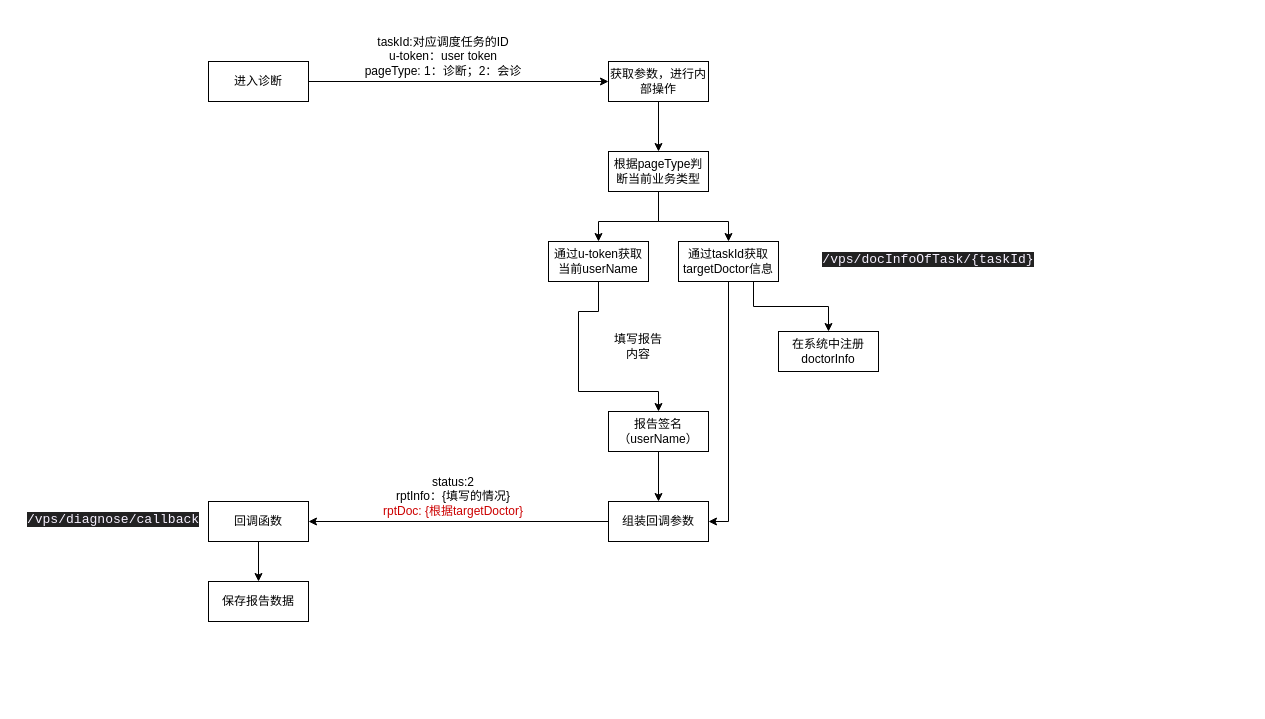
Earlier version of the draw.io diagram draw/调度平台交互.drawio (upsideDownBird/saul). Source tidied: cells renumbered, new cells numbered last; positions are measured from the earlier drawing's top-left corner, leaving out a move shared by most shapes. Both pictures are drawn from the tidied source at 100%, with x=0, y=0 at pixel (28, 41).
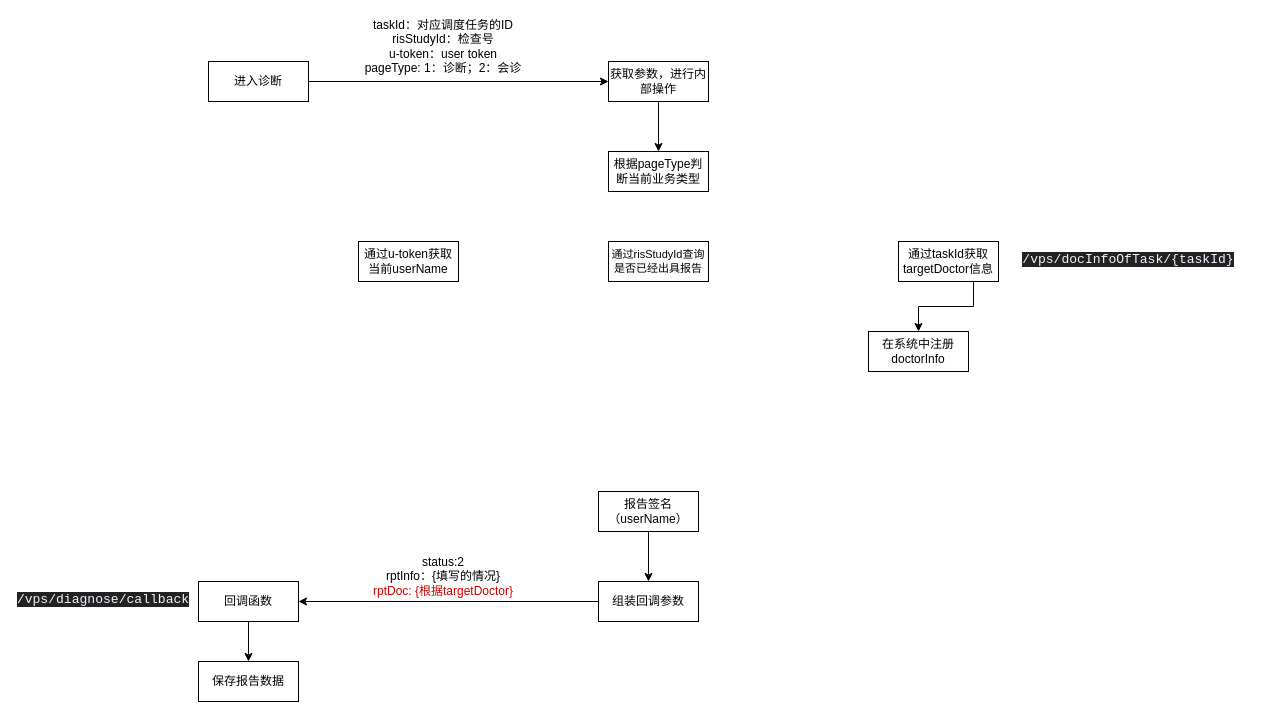
The same page after the edit.

Commit message:
更新调度平台交互.drawio

The change refers to these unchanged cells:
```xml
<mxCell id="8" value="根据pageType判断当前业务类型" style="rounded=0;whiteSpace=wrap;html=1;" parent="1" vertex="1">
  <mxGeometry x="580" y="110" width="100" height="40" as="geometry" />
</mxCell>
```

The edit, as a diff of the source:
```diff
@@
-    <mxCell id="4" value="taskId:对应调度任务的ID&lt;br&gt;u-token：user token&lt;br&gt;pageType: 1：诊断；2：会诊" style="text;html=1;strokeColor=none;fillColor=none;align=center;verticalAlign=middle;whiteSpace=wrap;rounded=0;" parent="1" vertex="1">
-      <mxGeometry x="320" width="190" height="30" as="geometry" />
+    <mxCell id="4" value="taskId：对应调度任务的ID&lt;br&gt;risStudyId：检查号&lt;br&gt;u-token：user token&lt;br&gt;pageType: 1：诊断；2：会诊" style="text;html=1;strokeColor=none;fillColor=none;align=center;verticalAlign=middle;whiteSpace=wrap;rounded=0;" parent="1" vertex="1">
+      <mxGeometry x="320" y="-10" width="190" height="30" as="geometry" />
     </mxCell>
@@
-    <mxCell id="7" style="edgeStyle=orthogonalEdgeStyle;rounded=0;jettySize=auto;html=1;" parent="1" edge="1" source="8" target="9">
-      <mxGeometry relative="1" as="geometry">
-        <Array as="points">
-          <mxPoint x="630" y="180" />
-          <mxPoint x="570" y="180" />
-        </Array>
-      </mxGeometry>
-    </mxCell>
@@
     <mxCell id="9" value="通过u-token获取当前userName" style="rounded=0;whiteSpace=wrap;html=1;" parent="1" vertex="1">
-      <mxGeometry x="520" y="200" width="100" height="40" as="geometry" />
+      <mxGeometry x="330" y="200" width="100" height="40" as="geometry" />
     </mxCell>
@@
     <mxCell id="11" value="通过taskId获取targetDoctor信息" style="rounded=0;whiteSpace=wrap;html=1;" parent="1" vertex="1">
-      <mxGeometry x="650" y="200" width="100" height="40" as="geometry" />
+      <mxGeometry x="870" y="200" width="100" height="40" as="geometry" />
     </mxCell>
     <mxCell id="12" value="&lt;pre style=&quot;background-color:#222222;color:#f7f1ff;font-family:'JetBrains Mono',monospace;font-size:9.8pt;&quot;&gt;/vps/docInfoOfTask/{taskId}&lt;/pre&gt;" style="text;html=1;strokeColor=none;fillColor=none;align=center;verticalAlign=middle;whiteSpace=wrap;rounded=0;" parent="1" vertex="1">
-      <mxGeometry x="780" y="200" width="240" height="35" as="geometry" />
+      <mxGeometry x="980" y="200" width="240" height="35" as="geometry" />
     </mxCell>
-    <mxCell id="13" style="endArrow=classic;html=1;rounded=0;exitX=0.5;exitY=1;exitDx=0;exitDy=0;entryX=0.5;entryY=0;entryDx=0;entryDy=0;" parent="1" edge="1" source="8" target="11">
-      <mxGeometry relative="1" as="geometry">
-        <Array as="points">
-          <mxPoint x="630" y="180" />
-          <mxPoint x="700" y="180" />
-        </Array>
-      </mxGeometry>
-    </mxCell>
     <mxCell id="14" value="在系统中注册doctorInfo" style="rounded=0;whiteSpace=wrap;html=1;" parent="1" vertex="1">
-      <mxGeometry x="750" y="290" width="100" height="40" as="geometry" />
+      <mxGeometry x="840" y="290" width="100" height="40" as="geometry" />
     </mxCell>
@@
     <mxCell id="16" value="报告签名&lt;br&gt;（userName）" style="rounded=0;whiteSpace=wrap;html=1;" parent="1" vertex="1">
-      <mxGeometry x="580" y="370" width="100" height="40" as="geometry" />
+      <mxGeometry x="570" y="450" width="100" height="40" as="geometry" />
     </mxCell>
-    <mxCell id="17" value="填写报告内容" style="text;html=1;strokeColor=none;fillColor=none;align=center;verticalAlign=middle;whiteSpace=wrap;rounded=0;" parent="1" vertex="1">
-      <mxGeometry x="580" y="290" width="60" height="30" as="geometry" />
-    </mxCell>
-    <mxCell id="18" style="endArrow=classic;html=1;rounded=0;exitX=0.5;exitY=1;exitDx=0;exitDy=0;entryX=0.5;entryY=0;entryDx=0;entryDy=0;" parent="1" edge="1" source="9" target="16">
-      <mxGeometry relative="1" as="geometry">
-        <Array as="points">
-          <mxPoint x="570" y="270" />
-          <mxPoint x="550" y="270" />
-          <mxPoint x="550" y="350" />
-          <mxPoint x="630" y="350" />
-        </Array>
-      </mxGeometry>
-    </mxCell>
     <mxCell id="19" value="组装回调参数" style="rounded=0;whiteSpace=wrap;html=1;" parent="1" vertex="1">
-      <mxGeometry x="580" y="460" width="100" height="40" as="geometry" />
+      <mxGeometry x="570" y="540" width="100" height="40" as="geometry" />
     </mxCell>
-    <mxCell id="20" style="endArrow=classic;html=1;rounded=0;exitX=0.5;exitY=1;exitDx=0;exitDy=0;entryX=1;entryY=0.5;entryDx=0;entryDy=0;" parent="1" edge="1" source="11" target="19">
-      <mxGeometry relative="1" as="geometry">
-        <Array as="points">
-          <mxPoint x="700" y="480" />
-        </Array>
-      </mxGeometry>
-    </mxCell>
@@
     <mxCell id="22" value="回调函数" style="rounded=0;whiteSpace=wrap;html=1;" parent="1" vertex="1">
-      <mxGeometry x="180" y="460" width="100" height="40" as="geometry" />
+      <mxGeometry x="170" y="540" width="100" height="40" as="geometry" />
     </mxCell>
@@
     <mxCell id="24" value="status:2&lt;br&gt;rptInfo：{填写的情况}&lt;br&gt;&lt;font color=&quot;#cc0000&quot;&gt;rptDoc: {根据targetDoctor}&lt;/font&gt;" style="text;html=1;strokeColor=none;fillColor=none;align=center;verticalAlign=middle;whiteSpace=wrap;rounded=0;" parent="1" vertex="1">
-      <mxGeometry x="330" y="440" width="190" height="30" as="geometry" />
+      <mxGeometry x="320" y="520" width="190" height="30" as="geometry" />
     </mxCell>
     <mxCell id="25" value="&lt;pre style=&quot;background-color:#222222;color:#f7f1ff;font-family:'JetBrains Mono',monospace;font-size:9.8pt;&quot;&gt;&lt;pre style=&quot;font-family: &amp;quot;JetBrains Mono&amp;quot;, monospace; font-size: 9.8pt;&quot;&gt;/vps/diagnose/callback&lt;/pre&gt;&lt;/pre&gt;" style="text;html=1;strokeColor=none;fillColor=none;align=center;verticalAlign=middle;whiteSpace=wrap;rounded=0;" parent="1" vertex="1">
-      <mxGeometry y="460" width="170" height="35" as="geometry" />
+      <mxGeometry x="-10" y="540" width="170" height="35" as="geometry" />
     </mxCell>
     <mxCell id="26" value="保存报告数据" style="rounded=0;whiteSpace=wrap;html=1;" parent="1" vertex="1">
-      <mxGeometry x="180" y="540" width="100" height="40" as="geometry" />
+      <mxGeometry x="170" y="620" width="100" height="40" as="geometry" />
     </mxCell>
+    <mxCell id="27" value="&lt;font style=&quot;font-size: 11px;&quot;&gt;通过risStudyId查询是否已经出具报告&lt;/font&gt;" style="rounded=0;whiteSpace=wrap;html=1;fontSize=11;" parent="1" vertex="1">
+      <mxGeometry x="580" y="200" width="100" height="40" as="geometry" />
+    </mxCell>
```
